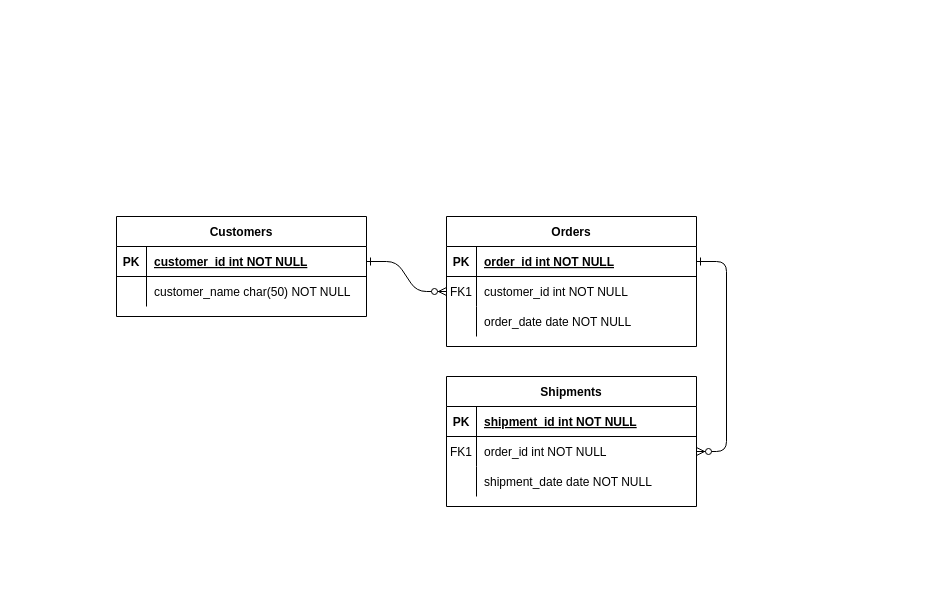
Earlier version of the draw.io diagram projects/01_fyyur/Untitled Diagram.drawio (ehabAbdelMawla/FSND). Source tidied: cells renumbered, new cells numbered last; positions are measured from the earlier drawing's top-left corner, leaving out a move shared by most shapes. Both pictures are drawn from the tidied source at 100%, with x=0, y=0 at pixel (116, 216).
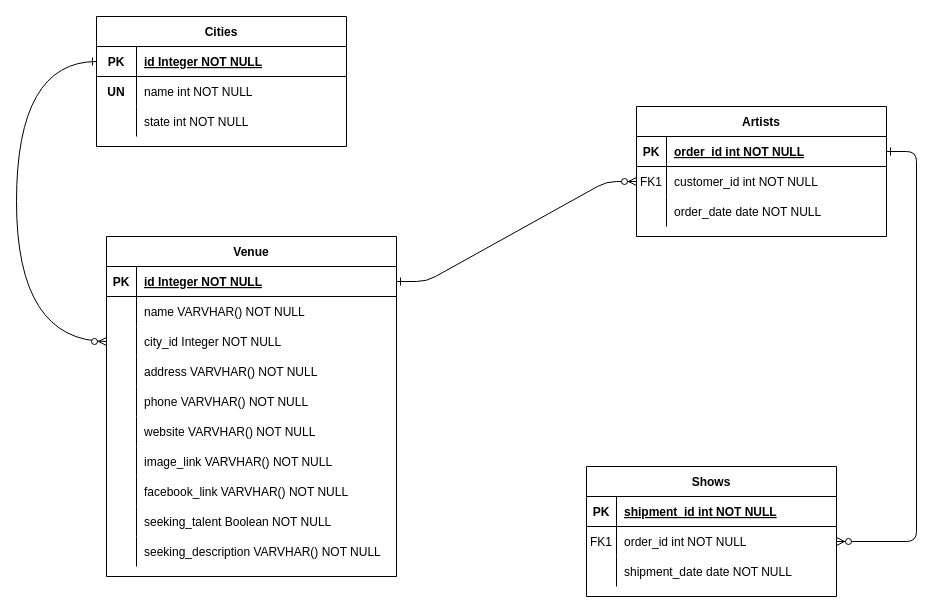
Above is the later version.

The edit, as a diff of the source:
```diff
@@
-    <mxCell id="4" value="Orders" style="shape=table;startSize=30;childLayout=tableLayout;rowLines=0;fontStyle=1;align=center;" parent="1" vertex="1">
-      <mxGeometry x="330" width="250" height="130" as="geometry" />
+    <mxCell id="4" value="Artists" style="shape=table;startSize=30;childLayout=tableLayout;rowLines=0;fontStyle=1;align=center;" parent="1" vertex="1">
+      <mxGeometry x="520" y="-110" width="250" height="130" as="geometry" />
     </mxCell>
@@
-    <mxCell id="14" value="Shipments" style="shape=table;startSize=30;childLayout=tableLayout;rowLines=0;fontStyle=1;align=center;" parent="1" vertex="1">
-      <mxGeometry x="330" y="160" width="250" height="130" as="geometry" />
+    <mxCell id="14" value="Shows" style="shape=table;startSize=30;childLayout=tableLayout;rowLines=0;fontStyle=1;align=center;" parent="1" vertex="1">
+      <mxGeometry x="470" y="250" width="250" height="130" as="geometry" />
     </mxCell>
@@
-    <mxCell id="24" value="Customers" style="shape=table;startSize=30;childLayout=tableLayout;rowLines=0;fontStyle=1;align=center;" parent="1" vertex="1">
-      <mxGeometry width="250" height="100" as="geometry" />
+    <mxCell id="24" value="Venue" style="shape=table;startSize=30;childLayout=tableLayout;rowLines=0;fontStyle=1;align=center;" parent="1" vertex="1">
+      <mxGeometry x="-10" y="20" width="290" height="340" as="geometry" />
     </mxCell>
     <mxCell id="25" style="shape=partialRectangle;fillColor=none;points=[[0,0.5],[1,0.5]];portConstraint=eastwest;top=0;left=0;right=0;bottom=1;" parent="24" vertex="1">
-      <mxGeometry y="30" width="250" height="30" as="geometry" />
+      <mxGeometry y="30" width="290" height="30" as="geometry" />
     </mxCell>
@@
-    <mxCell id="27" value="customer_id int NOT NULL " style="shape=partialRectangle;overflow=hidden;fillColor=none;top=0;left=0;bottom=0;right=0;align=left;spacingLeft=6;fontStyle=5;" parent="25" vertex="1">
-      <mxGeometry x="30" width="220" height="30" as="geometry" />
+    <mxCell id="27" value="id Integer NOT NULL" style="shape=partialRectangle;overflow=hidden;fillColor=none;top=0;left=0;bottom=0;right=0;align=left;spacingLeft=6;fontStyle=5;" parent="25" vertex="1">
+      <mxGeometry x="30" width="260" height="30" as="geometry" />
     </mxCell>
     <mxCell id="28" style="shape=partialRectangle;fillColor=none;top=0;left=0;right=0;bottom=0;" parent="24" vertex="1">
-      <mxGeometry y="60" width="250" height="30" as="geometry" />
+      <mxGeometry y="60" width="290" height="30" as="geometry" />
     </mxCell>
@@
-    <mxCell id="30" value="customer_name char(50) NOT NULL" style="shape=partialRectangle;overflow=hidden;fillColor=none;top=0;left=0;bottom=0;right=0;align=left;spacingLeft=6;" parent="28" vertex="1">
-      <mxGeometry x="30" width="220" height="30" as="geometry" />
+    <mxCell id="30" value="name VARVHAR() NOT NULL" style="shape=partialRectangle;overflow=hidden;fillColor=none;top=0;left=0;bottom=0;right=0;align=left;spacingLeft=6;" parent="28" vertex="1">
+      <mxGeometry x="30" width="260" height="30" as="geometry" />
     </mxCell>
+    <mxCell id="31" style="shape=partialRectangle;fillColor=none;points=[[0,0.5],[1,0.5]];portConstraint=eastwest;top=0;left=0;right=0;bottom=0;" parent="24" vertex="1">
+      <mxGeometry y="90" width="290" height="30" as="geometry" />
+    </mxCell>
+    <mxCell id="32" style="shape=partialRectangle;overflow=hidden;fillColor=none;top=0;left=0;bottom=0;right=0;" parent="31" vertex="1">
+      <mxGeometry width="30" height="30" as="geometry" />
+    </mxCell>
+    <mxCell id="33" value="city_id Integer NOT NULL" style="shape=partialRectangle;overflow=hidden;fillColor=none;top=0;left=0;bottom=0;right=0;align=left;spacingLeft=6;fontStyle=0;" parent="31" vertex="1">
+      <mxGeometry x="30" width="260" height="30" as="geometry" />
+    </mxCell>
+    <mxCell id="34" style="shape=partialRectangle;fillColor=none;top=0;left=0;right=0;bottom=0;" parent="24" vertex="1">
+      <mxGeometry y="120" width="290" height="30" as="geometry" />
+    </mxCell>
+    <mxCell id="35" style="shape=partialRectangle;overflow=hidden;fillColor=none;top=0;left=0;bottom=0;right=0;" parent="34" vertex="1">
+      <mxGeometry width="30" height="30" as="geometry" />
+    </mxCell>
+    <mxCell id="36" value="address VARVHAR() NOT NULL" style="shape=partialRectangle;overflow=hidden;fillColor=none;top=0;left=0;bottom=0;right=0;align=left;spacingLeft=6;" parent="34" vertex="1">
+      <mxGeometry x="30" width="260" height="30" as="geometry" />
+    </mxCell>
+    <mxCell id="37" style="shape=partialRectangle;fillColor=none;top=0;left=0;right=0;bottom=0;" parent="24" vertex="1">
+      <mxGeometry y="150" width="290" height="30" as="geometry" />
+    </mxCell>
+    <mxCell id="38" style="shape=partialRectangle;overflow=hidden;fillColor=none;top=0;left=0;bottom=0;right=0;" parent="37" vertex="1">
+      <mxGeometry width="30" height="30" as="geometry" />
+    </mxCell>
+    <mxCell id="39" value="phone VARVHAR() NOT NULL" style="shape=partialRectangle;overflow=hidden;fillColor=none;top=0;left=0;bottom=0;right=0;align=left;spacingLeft=6;" parent="37" vertex="1">
+      <mxGeometry x="30" width="260" height="30" as="geometry" />
+    </mxCell>
+    <mxCell id="40" style="shape=partialRectangle;fillColor=none;top=0;left=0;right=0;bottom=0;" parent="24" vertex="1">
+      <mxGeometry y="180" width="290" height="30" as="geometry" />
+    </mxCell>
+    <mxCell id="41" style="shape=partialRectangle;overflow=hidden;fillColor=none;top=0;left=0;bottom=0;right=0;" parent="40" vertex="1">
+      <mxGeometry width="30" height="30" as="geometry" />
+    </mxCell>
+    <mxCell id="42" value="website VARVHAR() NOT NULL" style="shape=partialRectangle;overflow=hidden;fillColor=none;top=0;left=0;bottom=0;right=0;align=left;spacingLeft=6;" parent="40" vertex="1">
+      <mxGeometry x="30" width="260" height="30" as="geometry" />
+    </mxCell>
+    <mxCell id="43" style="shape=partialRectangle;fillColor=none;top=0;left=0;right=0;bottom=0;" parent="24" vertex="1">
+      <mxGeometry y="210" width="290" height="30" as="geometry" />
+    </mxCell>
+    <mxCell id="44" style="shape=partialRectangle;overflow=hidden;fillColor=none;top=0;left=0;bottom=0;right=0;" parent="43" vertex="1">
+      <mxGeometry width="30" height="30" as="geometry" />
+    </mxCell>
+    <mxCell id="45" value="image_link VARVHAR() NOT NULL" style="shape=partialRectangle;overflow=hidden;fillColor=none;top=0;left=0;bottom=0;right=0;align=left;spacingLeft=6;" parent="43" vertex="1">
+      <mxGeometry x="30" width="260" height="30" as="geometry" />
+    </mxCell>
+    <mxCell id="46" style="shape=partialRectangle;fillColor=none;top=0;left=0;right=0;bottom=0;" parent="24" vertex="1">
+      <mxGeometry y="240" width="290" height="30" as="geometry" />
+    </mxCell>
+    <mxCell id="47" style="shape=partialRectangle;overflow=hidden;fillColor=none;top=0;left=0;bottom=0;right=0;" parent="46" vertex="1">
+      <mxGeometry width="30" height="30" as="geometry" />
+    </mxCell>
+    <mxCell id="48" value="facebook_link VARVHAR() NOT NULL" style="shape=partialRectangle;overflow=hidden;fillColor=none;top=0;left=0;bottom=0;right=0;align=left;spacingLeft=6;" parent="46" vertex="1">
+      <mxGeometry x="30" width="260" height="30" as="geometry" />
+    </mxCell>
+    <mxCell id="49" style="shape=partialRectangle;fillColor=none;top=0;left=0;right=0;bottom=0;" parent="24" vertex="1">
+      <mxGeometry y="270" width="290" height="30" as="geometry" />
+    </mxCell>
+    <mxCell id="50" style="shape=partialRectangle;overflow=hidden;fillColor=none;top=0;left=0;bottom=0;right=0;" parent="49" vertex="1">
+      <mxGeometry width="30" height="30" as="geometry" />
+    </mxCell>
+    <mxCell id="51" value="seeking_talent Boolean NOT NULL" style="shape=partialRectangle;overflow=hidden;fillColor=none;top=0;left=0;bottom=0;right=0;align=left;spacingLeft=6;" parent="49" vertex="1">
+      <mxGeometry x="30" width="260" height="30" as="geometry" />
+    </mxCell>
+    <mxCell id="52" style="shape=partialRectangle;fillColor=none;top=0;left=0;right=0;bottom=0;" parent="24" vertex="1">
+      <mxGeometry y="300" width="290" height="30" as="geometry" />
+    </mxCell>
+    <mxCell id="53" style="shape=partialRectangle;overflow=hidden;fillColor=none;top=0;left=0;bottom=0;right=0;" parent="52" vertex="1">
+      <mxGeometry width="30" height="30" as="geometry" />
+    </mxCell>
+    <mxCell id="54" value="seeking_description VARVHAR() NOT NULL" style="shape=partialRectangle;overflow=hidden;fillColor=none;top=0;left=0;bottom=0;right=0;align=left;spacingLeft=6;" parent="52" vertex="1">
+      <mxGeometry x="30" width="260" height="30" as="geometry" />
+    </mxCell>
+    <mxCell id="55" value="Cities" style="shape=table;startSize=30;childLayout=tableLayout;rowLines=0;fontStyle=1;align=center;" parent="1" vertex="1">
+      <mxGeometry x="-20" y="-200" width="250" height="130" as="geometry" />
+    </mxCell>
+    <mxCell id="56" style="shape=partialRectangle;fillColor=none;points=[[0,0.5],[1,0.5]];portConstraint=eastwest;top=0;left=0;right=0;bottom=1;" parent="55" vertex="1">
+      <mxGeometry y="30" width="250" height="30" as="geometry" />
+    </mxCell>
+    <mxCell id="57" value="PK" style="shape=partialRectangle;overflow=hidden;fillColor=none;top=0;left=0;bottom=0;right=0;fontStyle=1;" parent="56" vertex="1">
+      <mxGeometry width="40" height="30" as="geometry" />
+    </mxCell>
+    <mxCell id="58" value="id Integer NOT NULL " style="shape=partialRectangle;overflow=hidden;fillColor=none;top=0;left=0;bottom=0;right=0;align=left;spacingLeft=6;fontStyle=5;" parent="56" vertex="1">
+      <mxGeometry x="40" width="210" height="30" as="geometry" />
+    </mxCell>
+    <mxCell id="59" style="shape=partialRectangle;fillColor=none;top=0;left=0;right=0;bottom=0;" parent="55" vertex="1">
+      <mxGeometry y="60" width="250" height="30" as="geometry" />
+    </mxCell>
+    <mxCell id="60" value="UN" style="shape=partialRectangle;overflow=hidden;fillColor=none;top=0;left=0;bottom=0;right=0;fontStyle=1;" parent="59" vertex="1">
+      <mxGeometry width="40" height="30" as="geometry" />
+    </mxCell>
+    <mxCell id="61" value="name int NOT NULL" style="shape=partialRectangle;overflow=hidden;fillColor=none;top=0;left=0;bottom=0;right=0;align=left;spacingLeft=6;" parent="59" vertex="1">
+      <mxGeometry x="40" width="210" height="30" as="geometry" />
+    </mxCell>
+    <mxCell id="62" style="shape=partialRectangle;fillColor=none;top=0;left=0;right=0;bottom=0;" parent="55" vertex="1">
+      <mxGeometry y="90" width="250" height="30" as="geometry" />
+    </mxCell>
+    <mxCell id="63" style="shape=partialRectangle;overflow=hidden;fillColor=none;top=0;left=0;bottom=0;right=0;fontStyle=1;" parent="62" vertex="1">
+      <mxGeometry width="40" height="30" as="geometry" />
+    </mxCell>
+    <mxCell id="64" value="state int NOT NULL" style="shape=partialRectangle;overflow=hidden;fillColor=none;top=0;left=0;bottom=0;right=0;align=left;spacingLeft=6;" parent="62" vertex="1">
+      <mxGeometry x="40" width="210" height="30" as="geometry" />
+    </mxCell>
+    <mxCell id="65" style="endArrow=ERzeroToMany;startArrow=ERone;endFill=1;startFill=0;entryX=0;entryY=0.5;entryDx=0;entryDy=0;exitX=0;exitY=0.5;exitDx=0;exitDy=0;edgeStyle=orthogonalEdgeStyle;curved=1;" parent="1" edge="1" source="56" target="31">
+      <mxGeometry relative="1" as="geometry">
+        <Array as="points">
+          <mxPoint x="-100" y="-155" />
+          <mxPoint x="-100" y="125" />
+        </Array>
+      </mxGeometry>
+    </mxCell>
```
